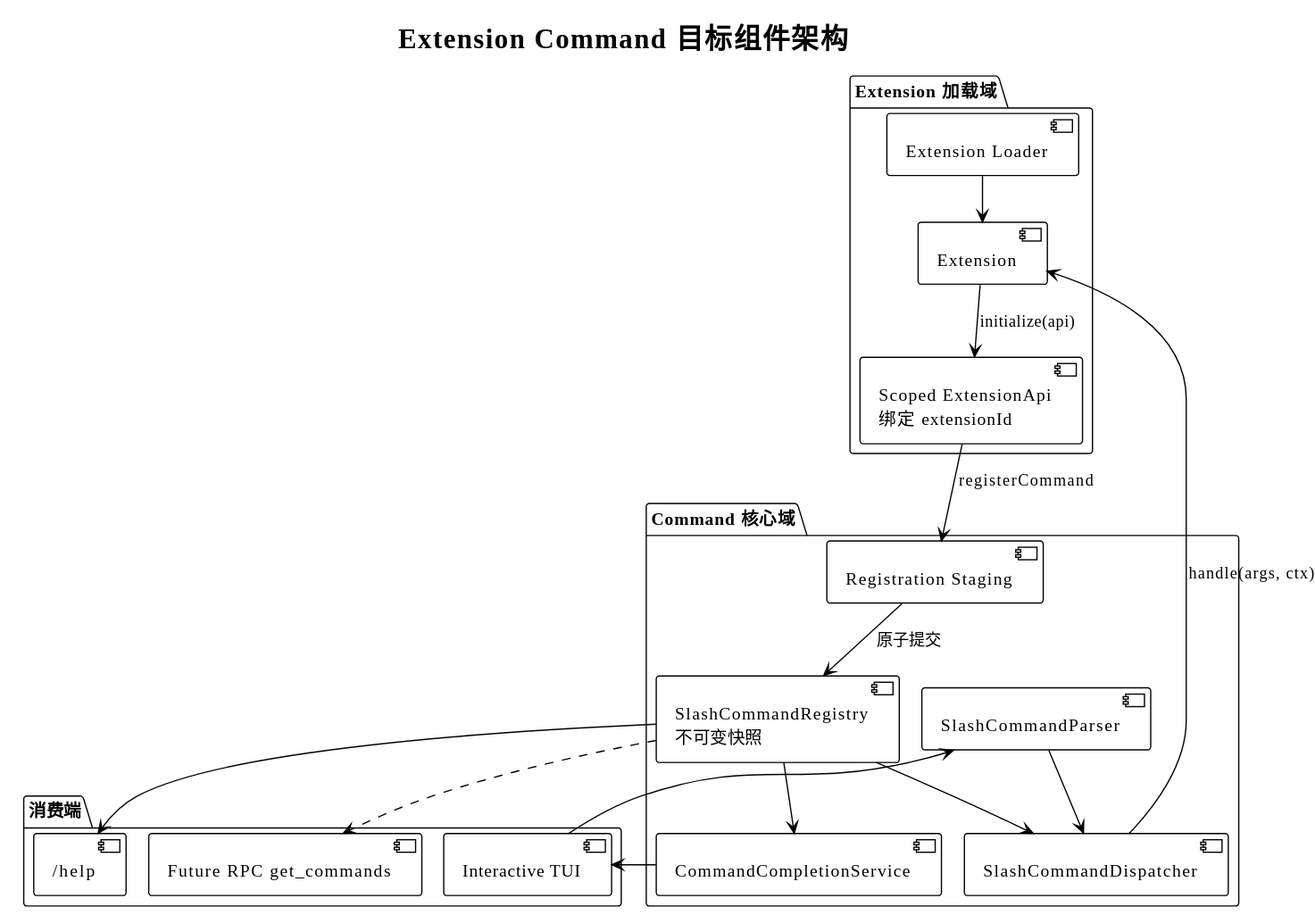
Above: diagrams/extension-command/03-target-architecture.svg in superheromeZzh/pi-mono-java-design (PlantUML), before the change.
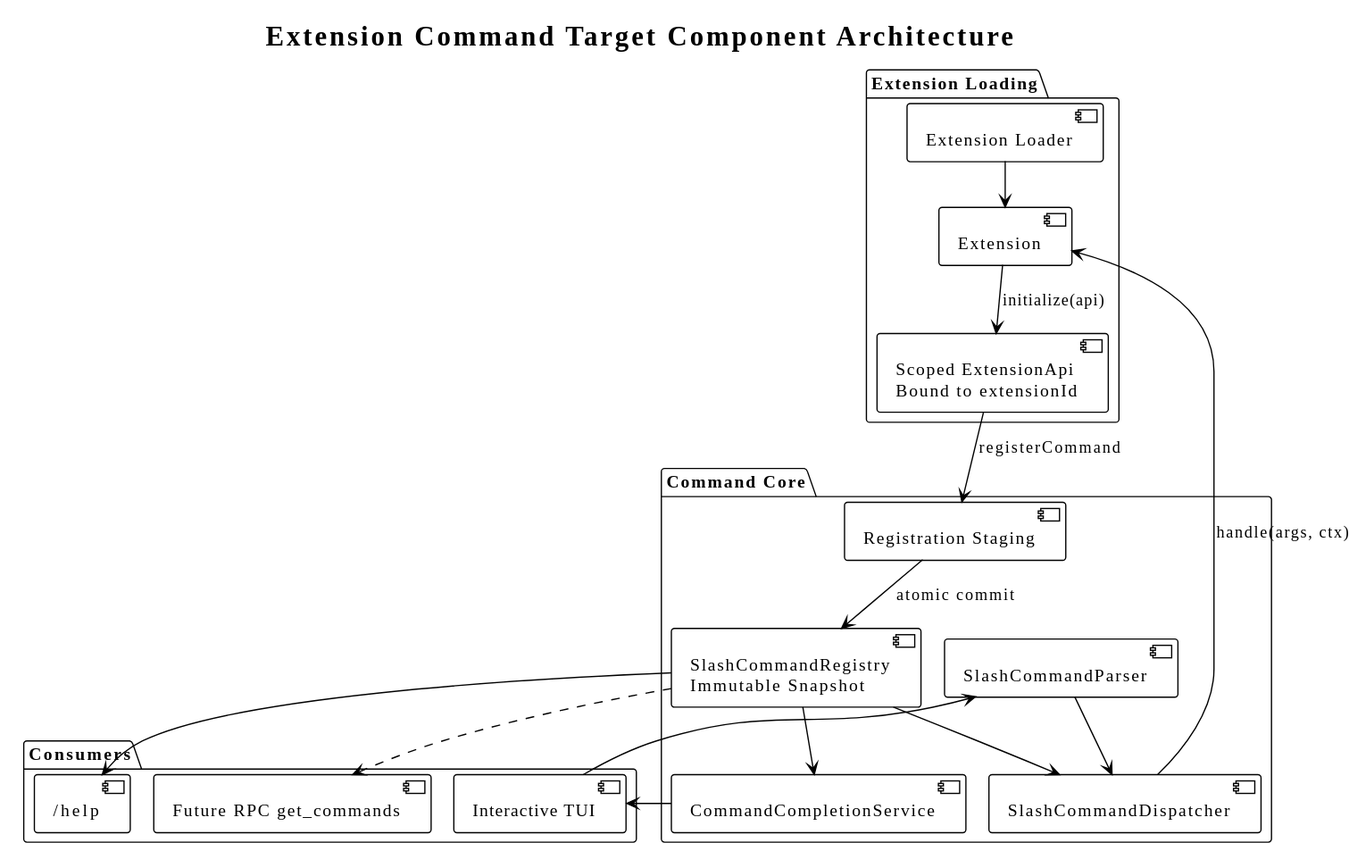
Above is the later version.

Change to the diagram source:
```diff
@@ -1,25 +1,25 @@
 @startuml
 !theme plain
 !pragma layout smetana
-skinparam defaultFontName "PingFang SC"
+skinparam defaultFontName "SansSerif"
 skinparam shadowing false
 skinparam backgroundColor transparent
-title Extension Command 目标组件架构
+title Extension Command Target Component Architecture
 
 top to bottom direction
-package "Extension 加载域" as Load {
+package "Extension Loading" as Load {
   component "Extension Loader" as loader
   component Extension as extension
-  component "Scoped ExtensionApi\n绑定 extensionId" as scopedApi
+  component "Scoped ExtensionApi\nBound to extensionId" as scopedApi
 }
-package "Command 核心域" as CommandCore {
+package "Command Core" as CommandCore {
   component "Registration Staging" as staging
-  component "SlashCommandRegistry\n不可变快照" as registry
+  component "SlashCommandRegistry\nImmutable Snapshot" as registry
   component SlashCommandParser as parser
   component SlashCommandDispatcher as dispatcher
   component CommandCompletionService as completer
 }
-package "消费端" as Consumers {
+package "Consumers" as Consumers {
   component "Interactive TUI" as tui
   component "/help" as help
   component "Future RPC get_commands" as rpc
@@ -28,7 +28,7 @@
 loader --> extension
 extension --> scopedApi : initialize(api)
 scopedApi --> staging : registerCommand
-staging --> registry : 原子提交
+staging --> registry : atomic commit
 tui --> parser
 parser --> dispatcher
 registry --> dispatcher
```
